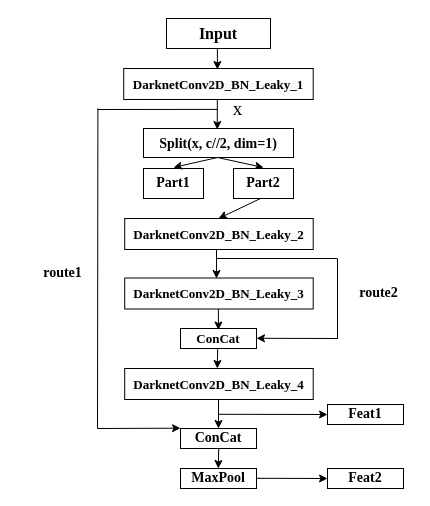
The draw.io diagram yolo-tiny_resblock.drawio in zjie134/blog_pic, before the edit. Source tidied: cells renumbered, new cells numbered last; positions are measured from the earlier drawing's top-left corner, leaving out a move shared by most shapes. Both pictures are drawn from the tidied source at 100%, with x=0, y=0 at pixel (37, 18).
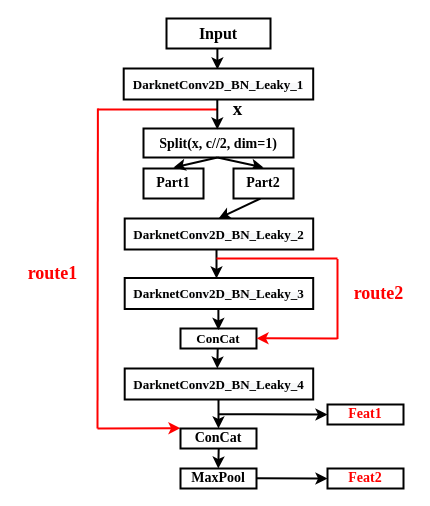
The same page after the edit.

The edit, as a diff of the source:
```diff
@@
-    <mxCell id="2" value="&lt;font style=&quot;font-size: 16px&quot; face=&quot;Times New Roman&quot;&gt;&lt;b&gt;Input&lt;/b&gt;&lt;/font&gt;" style="rounded=0;whiteSpace=wrap;html=1;" parent="1" vertex="1">
+    <mxCell id="2" value="&lt;font style=&quot;font-size: 16px&quot; face=&quot;Times New Roman&quot;&gt;&lt;span&gt;Input&lt;/span&gt;&lt;/font&gt;" style="rounded=0;whiteSpace=wrap;html=1;strokeWidth=2;fontStyle=1;" parent="1" vertex="1">
       <mxGeometry x="129" width="104" height="30" as="geometry" />
     </mxCell>
-    <mxCell id="3" style="endArrow=classic;html=1;" parent="1" edge="1">
+    <mxCell id="3" style="endArrow=classic;html=1;strokeWidth=2;fontStyle=1;" parent="1" edge="1">
       <mxGeometry relative="1" as="geometry">
         <mxPoint x="179.9" y="30" as="sourcePoint" />
         <mxPoint x="179.9" y="51" as="targetPoint" />
       </mxGeometry>
     </mxCell>
-    <mxCell id="4" value="&lt;span style=&quot;font-size: 14px&quot;&gt;&lt;b&gt;&lt;font face=&quot;Times New Roman&quot;&gt;Split(x, c//2, dim=1)&lt;/font&gt;&lt;/b&gt;&lt;/span&gt;" style="rounded=0;whiteSpace=wrap;html=1;" parent="1" vertex="1">
+    <mxCell id="4" value="&lt;span style=&quot;font-size: 14px&quot;&gt;&lt;span&gt;&lt;font face=&quot;Times New Roman&quot;&gt;Split(x, c//2, dim=1)&lt;/font&gt;&lt;/span&gt;&lt;/span&gt;" style="rounded=0;whiteSpace=wrap;html=1;strokeWidth=2;fontStyle=1;" parent="1" vertex="1">
       <mxGeometry x="106" y="110" width="150" height="29" as="geometry" />
     </mxCell>
-    <mxCell id="5" value="&lt;font style=&quot;font-size: 19px&quot; face=&quot;Times New Roman&quot;&gt;x&lt;/font&gt;" style="text;html=1;align=center;verticalAlign=middle;fillColor=none;strokeColor=none;rounded=0;" parent="1" vertex="1">
+    <mxCell id="5" value="&lt;font style=&quot;font-size: 19px&quot; face=&quot;Times New Roman&quot;&gt;x&lt;/font&gt;" style="text;html=1;align=center;verticalAlign=middle;fillColor=none;strokeColor=none;rounded=0;strokeWidth=2;fontStyle=1;" parent="1" vertex="1">
       <mxGeometry x="185" y="81" width="30" height="20" as="geometry" />
     </mxCell>
-    <mxCell id="6" style="endArrow=none;html=1;" parent="1" edge="1">
+    <mxCell id="6" style="endArrow=none;html=1;strokeWidth=2;fontStyle=1;strokeColor=#FF0000;" parent="1" edge="1">
       <mxGeometry relative="1" as="geometry">
         <mxPoint x="60" y="91" as="sourcePoint" />
         <mxPoint x="180" y="90.9" as="targetPoint" />
       </mxGeometry>
     </mxCell>
-    <mxCell id="7" value="&lt;font style=&quot;font-size: 14px&quot; face=&quot;Times New Roman&quot;&gt;&lt;b&gt;Part1&lt;/b&gt;&lt;/font&gt;" style="rounded=0;whiteSpace=wrap;html=1;" parent="1" vertex="1">
+    <mxCell id="7" value="&lt;font style=&quot;font-size: 14px&quot; face=&quot;Times New Roman&quot;&gt;&lt;span&gt;Part1&lt;/span&gt;&lt;/font&gt;" style="rounded=0;whiteSpace=wrap;html=1;strokeWidth=2;fontStyle=1;" parent="1" vertex="1">
       <mxGeometry x="106" y="150" width="60" height="30" as="geometry" />
     </mxCell>
-    <mxCell id="8" style="endArrow=classic;html=1;" parent="1" edge="1">
+    <mxCell id="8" style="endArrow=classic;html=1;strokeWidth=2;fontStyle=1;" parent="1" edge="1">
       <mxGeometry relative="1" as="geometry">
         <mxPoint x="180" y="139" as="sourcePoint" />
         <mxPoint x="226" y="149" as="targetPoint" />
       </mxGeometry>
     </mxCell>
-    <mxCell id="9" style="endArrow=classic;html=1;" parent="1" edge="1">
+    <mxCell id="9" style="endArrow=classic;html=1;strokeWidth=2;fontStyle=1;" parent="1" edge="1">
       <mxGeometry relative="1" as="geometry">
         <mxPoint x="180" y="139" as="sourcePoint" />
         <mxPoint x="136" y="149" as="targetPoint" />
       </mxGeometry>
     </mxCell>
-    <mxCell id="10" style="endArrow=classic;html=1;" parent="1" edge="1">
+    <mxCell id="10" style="endArrow=classic;html=1;strokeWidth=2;fontStyle=1;" parent="1" edge="1">
       <mxGeometry relative="1" as="geometry">
         <mxPoint x="179.8" y="81" as="sourcePoint" />
         <mxPoint x="179.8" y="111" as="targetPoint" />
       </mxGeometry>
     </mxCell>
-    <mxCell id="11" style="endArrow=classic;html=1;exitX=0.5;exitY=1;exitDx=0;exitDy=0;" parent="1" edge="1">
+    <mxCell id="11" style="endArrow=classic;html=1;exitX=0.5;exitY=1;exitDx=0;exitDy=0;strokeWidth=2;fontStyle=1;" parent="1" edge="1">
       <mxGeometry relative="1" as="geometry">
         <mxPoint x="223" y="180" as="sourcePoint" />
         <mxPoint x="181" y="200" as="targetPoint" />
       </mxGeometry>
     </mxCell>
-    <mxCell id="12" style="endArrow=classic;html=1;" parent="1" edge="1">
+    <mxCell id="12" style="endArrow=classic;html=1;strokeWidth=2;fontStyle=1;" parent="1" edge="1">
       <mxGeometry relative="1" as="geometry">
         <mxPoint x="179" y="230" as="sourcePoint" />
         <mxPoint x="179" y="260" as="targetPoint" />
       </mxGeometry>
     </mxCell>
-    <mxCell id="13" style="endArrow=none;html=1;" parent="1" edge="1">
+    <mxCell id="13" style="endArrow=none;html=1;strokeWidth=2;fontStyle=1;strokeColor=#FF0000;" parent="1" edge="1">
       <mxGeometry relative="1" as="geometry">
         <mxPoint x="179" y="240" as="sourcePoint" />
         <mxPoint x="300" y="240" as="targetPoint" />
       </mxGeometry>
     </mxCell>
-    <mxCell id="14" value="&lt;font face=&quot;Times New Roman&quot; size=&quot;1&quot;&gt;&lt;b style=&quot;font-size: 14px&quot;&gt;route1&lt;/b&gt;&lt;/font&gt;" style="text;html=1;align=center;verticalAlign=middle;fillColor=none;strokeColor=none;rounded=0;" parent="1" vertex="1">
-      <mxGeometry y="245" width="50" height="20" as="geometry" />
+    <mxCell id="14" value="&lt;font face=&quot;Times New Roman&quot; style=&quot;font-size: 18px&quot; color=&quot;#ff0000&quot;&gt;route1&lt;/font&gt;" style="text;html=1;align=center;verticalAlign=middle;fillColor=none;strokeColor=none;rounded=0;strokeWidth=2;fontStyle=1;" parent="1" vertex="1">
+      <mxGeometry x="-20" y="245" width="70" height="20" as="geometry" />
     </mxCell>
-    <mxCell id="15" value="&lt;font face=&quot;Times New Roman&quot; size=&quot;1&quot;&gt;&lt;b style=&quot;font-size: 13px&quot;&gt;ConCat&lt;/b&gt;&lt;/font&gt;" style="rounded=0;whiteSpace=wrap;html=1;" parent="1" vertex="1">
+    <mxCell id="15" value="&lt;font face=&quot;Times New Roman&quot; size=&quot;1&quot;&gt;&lt;span style=&quot;font-size: 13px&quot;&gt;ConCat&lt;/span&gt;&lt;/font&gt;" style="rounded=0;whiteSpace=wrap;html=1;strokeWidth=2;fontStyle=1;" parent="1" vertex="1">
       <mxGeometry x="143" y="310" width="76" height="20" as="geometry" />
     </mxCell>
-    <mxCell id="16" style="endArrow=none;html=1;" parent="1" edge="1">
+    <mxCell id="16" style="endArrow=none;html=1;strokeWidth=2;fontStyle=1;strokeColor=#FF0000;" parent="1" edge="1">
       <mxGeometry relative="1" as="geometry">
         <mxPoint x="300" y="320.5" as="sourcePoint" />
         <mxPoint x="300" y="240.5" as="targetPoint" />
       </mxGeometry>
     </mxCell>
-    <mxCell id="17" style="endArrow=classic;html=1;" parent="1" edge="1">
+    <mxCell id="17" style="endArrow=classic;html=1;strokeWidth=2;fontStyle=1;strokeColor=#FF0000;" parent="1" edge="1">
       <mxGeometry relative="1" as="geometry">
         <mxPoint x="60" y="410" as="sourcePoint" />
         <mxPoint x="143" y="409.7" as="targetPoint" />
         <Array as="points">
           <mxPoint x="143" y="409.7" />
         </Array>
       </mxGeometry>
     </mxCell>
-    <mxCell id="18" style="endArrow=classic;html=1;" parent="1" edge="1">
+    <mxCell id="18" style="endArrow=classic;html=1;strokeWidth=2;fontStyle=1;" parent="1" edge="1">
       <mxGeometry relative="1" as="geometry">
         <mxPoint x="180.2" y="330" as="sourcePoint" />
         <mxPoint x="179.8" y="350" as="targetPoint" />
       </mxGeometry>
     </mxCell>
-    <mxCell id="19" style="endArrow=classic;html=1;entryX=0.5;entryY=0;entryDx=0;entryDy=0;" parent="1" edge="1" target="20">
+    <mxCell id="19" style="endArrow=classic;html=1;entryX=0.5;entryY=0;entryDx=0;entryDy=0;strokeWidth=2;fontStyle=1;" parent="1" edge="1" target="20">
       <mxGeometry relative="1" as="geometry">
         <mxPoint x="181" y="380" as="sourcePoint" />
       </mxGeometry>
     </mxCell>
-    <mxCell id="20" value="&lt;font face=&quot;Times New Roman&quot; size=&quot;1&quot;&gt;&lt;b style=&quot;font-size: 14px&quot;&gt;ConCat&lt;/b&gt;&lt;/font&gt;" style="rounded=0;whiteSpace=wrap;html=1;" parent="1" vertex="1">
+    <mxCell id="20" value="&lt;font face=&quot;Times New Roman&quot; size=&quot;1&quot;&gt;&lt;span style=&quot;font-size: 14px&quot;&gt;ConCat&lt;/span&gt;&lt;/font&gt;" style="rounded=0;whiteSpace=wrap;html=1;strokeWidth=2;fontStyle=1;" parent="1" vertex="1">
       <mxGeometry x="143" y="410" width="76" height="20" as="geometry" />
     </mxCell>
-    <mxCell id="21" style="endArrow=none;html=1;" parent="1" edge="1">
+    <mxCell id="21" style="endArrow=none;html=1;strokeWidth=2;fontStyle=1;fontColor=#FF0000;strokeColor=#FF0000;" parent="1" edge="1">
       <mxGeometry relative="1" as="geometry">
         <mxPoint x="60" y="410" as="sourcePoint" />
         <mxPoint x="60.4" y="90" as="targetPoint" />
       </mxGeometry>
     </mxCell>
-    <mxCell id="22" style="endArrow=classic;html=1;" parent="1" edge="1">
+    <mxCell id="22" style="endArrow=classic;html=1;strokeWidth=2;fontStyle=1;strokeColor=#FF0000;" parent="1" edge="1">
       <mxGeometry relative="1" as="geometry">
         <mxPoint x="300" y="320" as="sourcePoint" />
         <mxPoint x="219" y="319.8" as="targetPoint" />
       </mxGeometry>
     </mxCell>
-    <mxCell id="23" value="&lt;font face=&quot;Times New Roman&quot; style=&quot;font-size: 14px&quot;&gt;&lt;b&gt;route2&lt;/b&gt;&lt;/font&gt;" style="text;html=1;align=center;verticalAlign=middle;fillColor=none;strokeColor=none;rounded=0;" parent="1" vertex="1">
-      <mxGeometry x="316" y="265" width="50" height="20" as="geometry" />
+    <mxCell id="23" value="&lt;font face=&quot;Times New Roman&quot; style=&quot;font-size: 18px&quot; color=&quot;#ff0000&quot;&gt;route2&lt;/font&gt;" style="text;html=1;align=center;verticalAlign=middle;fillColor=none;strokeColor=none;rounded=0;strokeWidth=2;fontStyle=1;" parent="1" vertex="1">
+      <mxGeometry x="306" y="265" width="70" height="20" as="geometry" />
     </mxCell>
-    <mxCell id="24" value="&lt;font style=&quot;font-size: 14px&quot; face=&quot;Times New Roman&quot;&gt;&lt;b&gt;MaxPool&lt;/b&gt;&lt;/font&gt;" style="rounded=0;whiteSpace=wrap;html=1;" parent="1" vertex="1">
+    <mxCell id="24" value="&lt;font style=&quot;font-size: 14px&quot; face=&quot;Times New Roman&quot;&gt;&lt;span&gt;MaxPool&lt;/span&gt;&lt;/font&gt;" style="rounded=0;whiteSpace=wrap;html=1;strokeWidth=2;fontStyle=1;" parent="1" vertex="1">
       <mxGeometry x="143" y="450" width="76" height="20" as="geometry" />
     </mxCell>
-    <mxCell id="25" style="endArrow=classic;html=1;" parent="1" edge="1">
+    <mxCell id="25" style="endArrow=classic;html=1;strokeWidth=2;fontStyle=1;" parent="1" edge="1">
       <mxGeometry relative="1" as="geometry">
         <mxPoint x="181.2" y="430" as="sourcePoint" />
         <mxPoint x="180.8" y="450" as="targetPoint" />
       </mxGeometry>
     </mxCell>
-    <mxCell id="26" style="endArrow=classic;html=1;entryX=0;entryY=0.5;entryDx=0;entryDy=0;" parent="1" edge="1" target="28">
+    <mxCell id="26" style="endArrow=classic;html=1;entryX=0;entryY=0.5;entryDx=0;entryDy=0;strokeWidth=2;fontStyle=1;" parent="1" edge="1" target="28">
       <mxGeometry relative="1" as="geometry">
         <mxPoint x="219" y="459.8" as="sourcePoint" />
       </mxGeometry>
     </mxCell>
-    <mxCell id="27" value="&lt;font style=&quot;font-size: 14px&quot; face=&quot;Times New Roman&quot;&gt;&lt;b&gt;Feat1&lt;/b&gt;&lt;/font&gt;" style="rounded=0;whiteSpace=wrap;html=1;" parent="1" vertex="1">
+    <mxCell id="27" value="&lt;font style=&quot;font-size: 14px&quot; face=&quot;Times New Roman&quot; color=&quot;#ff0000&quot;&gt;&lt;span&gt;Feat1&lt;/span&gt;&lt;/font&gt;" style="rounded=0;whiteSpace=wrap;html=1;strokeWidth=2;fontStyle=1;" parent="1" vertex="1">
       <mxGeometry x="290" y="386" width="76" height="20" as="geometry" />
     </mxCell>
-    <mxCell id="28" value="&lt;font style=&quot;font-size: 14px&quot; face=&quot;Times New Roman&quot;&gt;&lt;b&gt;Feat2&lt;/b&gt;&lt;/font&gt;" style="rounded=0;whiteSpace=wrap;html=1;" parent="1" vertex="1">
+    <mxCell id="28" value="&lt;font style=&quot;font-size: 14px&quot; face=&quot;Times New Roman&quot; color=&quot;#ff0000&quot;&gt;&lt;span&gt;Feat2&lt;/span&gt;&lt;/font&gt;" style="rounded=0;whiteSpace=wrap;html=1;strokeWidth=2;fontStyle=1;" parent="1" vertex="1">
       <mxGeometry x="290" y="450" width="76" height="20" as="geometry" />
     </mxCell>
-    <mxCell id="29" value="&lt;span style=&quot;color: rgb(0 , 0 , 0) ; font-style: normal ; letter-spacing: normal ; text-align: center ; text-indent: 0px ; text-transform: none ; word-spacing: 0px ; background-color: rgb(248 , 249 , 250) ; display: inline ; float: none&quot;&gt;&lt;font face=&quot;Times New Roman&quot; size=&quot;1&quot;&gt;&lt;b style=&quot;font-size: 13px&quot;&gt;DarknetConv2D_BN_Leaky_1&lt;/b&gt;&lt;/font&gt;&lt;/span&gt;" style="rounded=0;whiteSpace=wrap;html=1;strokeWidth=1;fontSize=7;" parent="1" vertex="1">
+    <mxCell id="29" value="&lt;span style=&quot;color: rgb(0 , 0 , 0) ; font-style: normal ; letter-spacing: normal ; text-align: center ; text-indent: 0px ; text-transform: none ; word-spacing: 0px ; background-color: rgb(248 , 249 , 250) ; display: inline ; float: none&quot;&gt;&lt;font face=&quot;Times New Roman&quot; size=&quot;1&quot;&gt;&lt;span style=&quot;font-size: 13px&quot;&gt;DarknetConv2D_BN_Leaky_1&lt;/span&gt;&lt;/font&gt;&lt;/span&gt;" style="rounded=0;whiteSpace=wrap;html=1;strokeWidth=2;fontSize=7;fontStyle=1;" parent="1" vertex="1">
       <mxGeometry x="86.2" y="50" width="189.5" height="31" as="geometry" />
     </mxCell>
-    <mxCell id="30" value="&lt;span style=&quot;color: rgb(0 , 0 , 0) ; font-style: normal ; letter-spacing: normal ; text-align: center ; text-indent: 0px ; text-transform: none ; word-spacing: 0px ; background-color: rgb(248 , 249 , 250) ; display: inline ; float: none&quot;&gt;&lt;font face=&quot;Times New Roman&quot; size=&quot;1&quot;&gt;&lt;b style=&quot;font-size: 13px&quot;&gt;DarknetConv2D_BN_Leaky_2&lt;/b&gt;&lt;/font&gt;&lt;/span&gt;" style="rounded=0;whiteSpace=wrap;html=1;strokeWidth=1;fontSize=7;" parent="1" vertex="1">
+    <mxCell id="30" value="&lt;span style=&quot;color: rgb(0 , 0 , 0) ; font-style: normal ; letter-spacing: normal ; text-align: center ; text-indent: 0px ; text-transform: none ; word-spacing: 0px ; background-color: rgb(248 , 249 , 250) ; display: inline ; float: none&quot;&gt;&lt;font face=&quot;Times New Roman&quot; size=&quot;1&quot;&gt;&lt;span style=&quot;font-size: 13px&quot;&gt;DarknetConv2D_BN_Leaky_2&lt;/span&gt;&lt;/font&gt;&lt;/span&gt;" style="rounded=0;whiteSpace=wrap;html=1;strokeWidth=2;fontSize=7;fontStyle=1;" parent="1" vertex="1">
       <mxGeometry x="87.2" y="200" width="188.5" height="31" as="geometry" />
     </mxCell>
-    <mxCell id="31" value="&lt;span style=&quot;color: rgb(0 , 0 , 0) ; font-style: normal ; letter-spacing: normal ; text-align: center ; text-indent: 0px ; text-transform: none ; word-spacing: 0px ; background-color: rgb(248 , 249 , 250) ; display: inline ; float: none&quot;&gt;&lt;font face=&quot;Times New Roman&quot; size=&quot;1&quot;&gt;&lt;b style=&quot;font-size: 13px&quot;&gt;DarknetConv2D_BN_Leaky_3&lt;/b&gt;&lt;/font&gt;&lt;/span&gt;" style="rounded=0;whiteSpace=wrap;html=1;strokeWidth=1;fontSize=7;" parent="1" vertex="1">
+    <mxCell id="31" value="&lt;span style=&quot;color: rgb(0 , 0 , 0) ; font-style: normal ; letter-spacing: normal ; text-align: center ; text-indent: 0px ; text-transform: none ; word-spacing: 0px ; background-color: rgb(248 , 249 , 250) ; display: inline ; float: none&quot;&gt;&lt;font face=&quot;Times New Roman&quot; size=&quot;1&quot;&gt;&lt;span style=&quot;font-size: 13px&quot;&gt;DarknetConv2D_BN_Leaky_3&lt;/span&gt;&lt;/font&gt;&lt;/span&gt;" style="rounded=0;whiteSpace=wrap;html=1;strokeWidth=2;fontSize=7;fontStyle=1;" parent="1" vertex="1">
       <mxGeometry x="87.2" y="259.5" width="188.5" height="31" as="geometry" />
     </mxCell>
-    <mxCell id="32" value="&lt;span style=&quot;color: rgb(0 , 0 , 0) ; font-style: normal ; letter-spacing: normal ; text-align: center ; text-indent: 0px ; text-transform: none ; word-spacing: 0px ; background-color: rgb(248 , 249 , 250) ; display: inline ; float: none&quot;&gt;&lt;font face=&quot;Times New Roman&quot; size=&quot;1&quot;&gt;&lt;b style=&quot;font-size: 13px&quot;&gt;DarknetConv2D_BN_Leaky_4&lt;/b&gt;&lt;/font&gt;&lt;/span&gt;" style="rounded=0;whiteSpace=wrap;html=1;strokeWidth=1;fontSize=7;" parent="1" vertex="1">
+    <mxCell id="32" value="&lt;span style=&quot;color: rgb(0 , 0 , 0) ; font-style: normal ; letter-spacing: normal ; text-align: center ; text-indent: 0px ; text-transform: none ; word-spacing: 0px ; background-color: rgb(248 , 249 , 250) ; display: inline ; float: none&quot;&gt;&lt;font face=&quot;Times New Roman&quot; size=&quot;1&quot;&gt;&lt;span style=&quot;font-size: 13px&quot;&gt;DarknetConv2D_BN_Leaky_4&lt;/span&gt;&lt;/font&gt;&lt;/span&gt;" style="rounded=0;whiteSpace=wrap;html=1;strokeWidth=2;fontSize=7;fontStyle=1;" parent="1" vertex="1">
       <mxGeometry x="87.2" y="350" width="188.5" height="31" as="geometry" />
     </mxCell>
-    <mxCell id="33" value="&lt;font style=&quot;font-size: 14px&quot; face=&quot;Times New Roman&quot;&gt;&lt;b&gt;Part2&lt;/b&gt;&lt;/font&gt;" style="rounded=0;whiteSpace=wrap;html=1;" parent="1" vertex="1">
+    <mxCell id="33" value="&lt;font style=&quot;font-size: 14px&quot; face=&quot;Times New Roman&quot;&gt;&lt;span&gt;Part2&lt;/span&gt;&lt;/font&gt;" style="rounded=0;whiteSpace=wrap;html=1;strokeWidth=2;fontStyle=1;" parent="1" vertex="1">
       <mxGeometry x="196" y="150" width="60" height="30" as="geometry" />
     </mxCell>
-    <mxCell id="34" style="endArrow=classic;html=1;" parent="1" edge="1">
+    <mxCell id="34" style="endArrow=classic;html=1;strokeWidth=2;fontStyle=1;" parent="1" edge="1">
       <mxGeometry relative="1" as="geometry">
         <mxPoint x="180.9" y="290.5" as="sourcePoint" />
         <mxPoint x="180.9" y="311.5" as="targetPoint" />
       </mxGeometry>
     </mxCell>
-    <mxCell id="35" style="endArrow=classic;html=1;entryX=0;entryY=0.5;entryDx=0;entryDy=0;" parent="1" edge="1" target="27">
+    <mxCell id="35" style="endArrow=classic;html=1;entryX=0;entryY=0.5;entryDx=0;entryDy=0;strokeWidth=2;fontStyle=1;" parent="1" edge="1" target="27">
       <mxGeometry relative="1" as="geometry">
         <mxPoint x="181" y="395.8" as="sourcePoint" />
       </mxGeometry>
     </mxCell>
```
